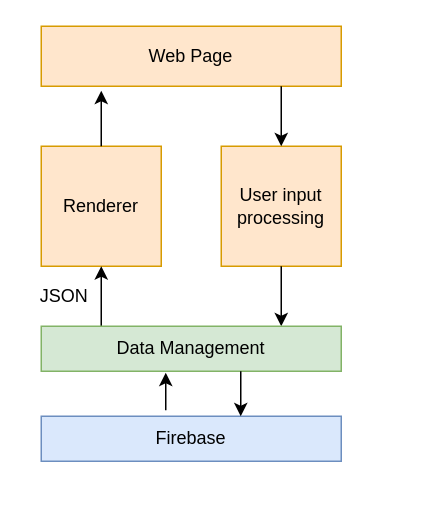
This is worms/planning/TopLevelDiagram.drawio from 28raining/vw_games, a draw.io file, before an edit. Source tidied: cells renumbered, new cells numbered last; positions are measured from the earlier drawing's top-left corner, leaving out a move shared by most shapes. Both pictures are drawn from the tidied source at 150%, with x=0, y=0 at pixel (26, 26).
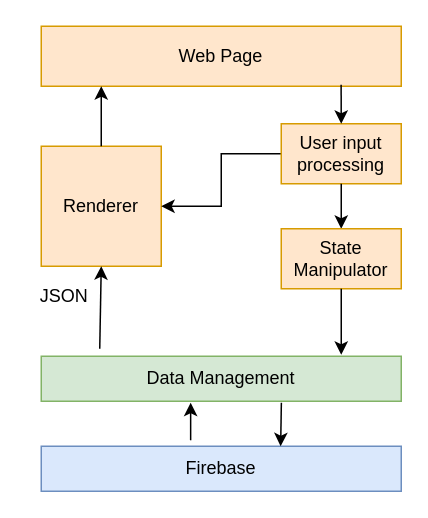
The same diagram, later.

Change to the diagram source:
```diff
@@
 <mxGraphModel>
   <root>
     <mxCell id="0" />
     <mxCell id="1" parent="0" />
     <mxCell id="2" value="Web Page" style="rounded=0;whiteSpace=wrap;html=1;fillColor=#ffe6cc;strokeColor=#d79b00;" parent="1" vertex="1">
-      <mxGeometry x="10" width="200" height="40" as="geometry" />
+      <mxGeometry x="10" width="240" height="40" as="geometry" />
     </mxCell>
     <mxCell id="3" value="Renderer" style="rounded=0;whiteSpace=wrap;html=1;fillColor=#ffe6cc;strokeColor=#d79b00;" parent="1" vertex="1">
       <mxGeometry x="10" y="80" width="80" height="80" as="geometry" />
     </mxCell>
-    <mxCell id="4" style="endArrow=classic;html=1;exitX=0.5;exitY=0;exitDx=0;exitDy=0;entryX=0.2;entryY=1.075;entryDx=0;entryDy=0;entryPerimeter=0;fillColor=#ffe6cc;strokeColor=#000000;" parent="1" edge="1" source="3" target="2">
-      <mxGeometry relative="1" as="geometry" />
+    <mxCell id="4" style="endArrow=classic;html=1;exitX=0.5;exitY=0;exitDx=0;exitDy=0;fillColor=#ffe6cc;strokeColor=#000000;" parent="1" edge="1" source="3">
+      <mxGeometry relative="1" as="geometry">
+        <mxPoint x="50" y="40" as="targetPoint" />
+      </mxGeometry>
     </mxCell>
+    <mxCell id="14" style="edgeStyle=orthogonalEdgeStyle;rounded=0;jettySize=auto;html=1;" parent="1" edge="1" source="5" target="3">
+      <mxGeometry relative="1" as="geometry" />
+    </mxCell>
     <mxCell id="5" value="User input processing" style="rounded=0;whiteSpace=wrap;html=1;fillColor=#ffe6cc;strokeColor=#d79b00;" parent="1" vertex="1">
-      <mxGeometry x="130" y="80" width="80" height="80" as="geometry" />
+      <mxGeometry x="170" y="65" width="80" height="40" as="geometry" />
     </mxCell>
-    <mxCell id="6" style="endArrow=classic;html=1;entryX=0.5;entryY=0;entryDx=0;entryDy=0;fillColor=#ffe6cc;strokeColor=#000000;" parent="1" edge="1" target="5">
-      <mxGeometry relative="1" as="geometry">
-        <mxPoint x="170" y="40" as="sourcePoint" />
-      </mxGeometry>
+    <mxCell id="6" style="endArrow=classic;html=1;entryX=0.5;entryY=0;entryDx=0;entryDy=0;fillColor=#ffe6cc;strokeColor=#000000;exitX=0.833;exitY=0.975;exitDx=0;exitDy=0;exitPerimeter=0;" parent="1" edge="1" source="2" target="5">
+      <mxGeometry relative="1" as="geometry" />
     </mxCell>
-    <mxCell id="7" style="endArrow=classic;html=1;entryX=0.5;entryY=0;entryDx=0;entryDy=0;exitX=0.5;exitY=1;exitDx=0;exitDy=0;fillColor=#ffe6cc;strokeColor=#000000;" parent="1" edge="1" source="5">
+    <mxCell id="7" style="endArrow=classic;html=1;exitX=0.5;exitY=1;exitDx=0;exitDy=0;fillColor=#ffe6cc;strokeColor=#000000;" parent="1" edge="1" source="5">
       <mxGeometry relative="1" as="geometry">
-        <mxPoint x="170" y="200" as="targetPoint" />
+        <mxPoint x="210" y="135" as="targetPoint" />
       </mxGeometry>
     </mxCell>
-    <mxCell id="8" style="endArrow=none;html=1;endFill=0;startArrow=classic;startFill=1;exitX=0.5;exitY=1;exitDx=0;exitDy=0;entryX=0.5;entryY=0;entryDx=0;entryDy=0;fillColor=#ffe6cc;strokeColor=#000000;" parent="1" edge="1" source="3">
+    <mxCell id="8" style="endArrow=none;html=1;endFill=0;startArrow=classic;startFill=1;exitX=0.5;exitY=1;exitDx=0;exitDy=0;fillColor=#ffe6cc;strokeColor=#000000;" parent="1" edge="1" source="3">
       <mxGeometry relative="1" as="geometry">
-        <mxPoint x="50" y="200" as="targetPoint" />
+        <mxPoint x="49" y="215" as="targetPoint" />
       </mxGeometry>
     </mxCell>
     <mxCell id="9" value="JSON" style="text;html=1;align=center;verticalAlign=middle;fillColor=none;strokeColor=none;" parent="1" vertex="1">
       <mxGeometry y="170" width="50" height="20" as="geometry" />
     </mxCell>
     <mxCell id="10" value="Data Management" style="rounded=0;whiteSpace=wrap;html=1;fillColor=#d5e8d4;strokeColor=#82b366;" parent="1" vertex="1">
-      <mxGeometry x="10" y="200" width="200" height="30" as="geometry" />
+      <mxGeometry x="10" y="220" width="240" height="30" as="geometry" />
     </mxCell>
     <mxCell id="11" value="Firebase" style="rounded=0;whiteSpace=wrap;html=1;fillColor=#dae8fc;strokeColor=#6c8ebf;" parent="1" vertex="1">
-      <mxGeometry x="10" y="260" width="200" height="30" as="geometry" />
+      <mxGeometry x="10" y="280" width="240" height="30" as="geometry" />
     </mxCell>
-    <mxCell id="12" style="endArrow=classic;html=1;entryX=0.665;entryY=0;entryDx=0;entryDy=0;fillColor=#ffe6cc;strokeColor=#000000;entryPerimeter=0;" parent="1" edge="1" target="11">
-      <mxGeometry relative="1" as="geometry">
-        <mxPoint x="143" y="230" as="sourcePoint" />
-      </mxGeometry>
+    <mxCell id="12" style="endArrow=classic;html=1;entryX=0.665;entryY=0;entryDx=0;entryDy=0;fillColor=#ffe6cc;strokeColor=#000000;entryPerimeter=0;exitX=0.667;exitY=1.033;exitDx=0;exitDy=0;exitPerimeter=0;" parent="1" edge="1" source="10" target="11">
+      <mxGeometry relative="1" as="geometry" />
     </mxCell>
     <mxCell id="13" style="endArrow=classic;html=1;entryX=0.415;entryY=1.033;entryDx=0;entryDy=0;fillColor=#ffe6cc;strokeColor=#000000;entryPerimeter=0;exitX=0.415;exitY=-0.133;exitDx=0;exitDy=0;exitPerimeter=0;" parent="1" edge="1" source="11" target="10">
       <mxGeometry relative="1" as="geometry" />
     </mxCell>
+    <mxCell id="15" value="State Manipulator" style="rounded=0;whiteSpace=wrap;html=1;fillColor=#ffe6cc;strokeColor=#d79b00;" parent="1" vertex="1">
+      <mxGeometry x="170" y="135" width="80" height="40" as="geometry" />
+    </mxCell>
+    <mxCell id="16" style="endArrow=classic;html=1;fillColor=#ffe6cc;strokeColor=#000000;exitX=0.5;exitY=1;exitDx=0;exitDy=0;" parent="1" edge="1" source="15">
+      <mxGeometry relative="1" as="geometry">
+        <mxPoint x="210" y="219" as="targetPoint" />
+      </mxGeometry>
+    </mxCell>
   </root>
 </mxGraphModel>
```
